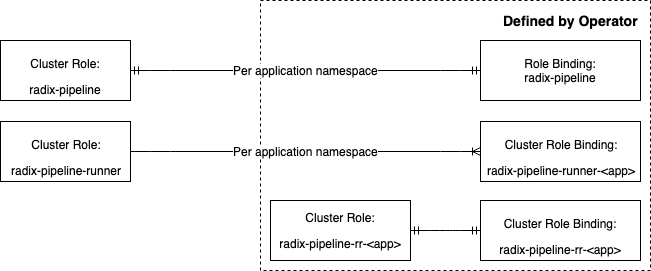
Earlier version of the draw.io export docs/diagrams/radix_pipeline.png (equinor/radix-operator). Source tidied: cells renumbered, new cells last; positions are measured from the earlier drawing's top-left corner, leaving out a move shared by most shapes.
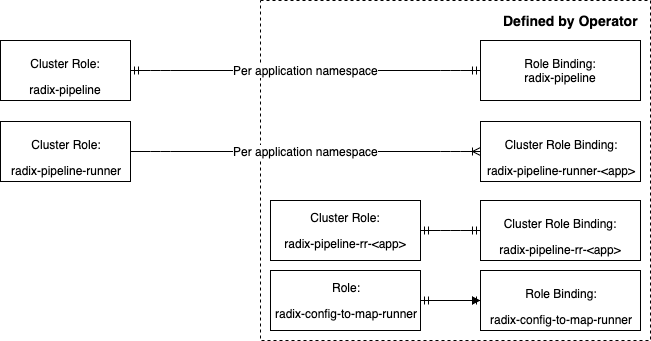
After the change.

The edit, as a diff of the source:
```diff
@@ -3,7 +3,7 @@
     <mxCell id="0" />
     <mxCell id="1" parent="0" />
     <mxCell id="2" value="&lt;div style=&quot;text-align: right&quot;&gt;&lt;br&gt;&lt;/div&gt;" style="rounded=0;whiteSpace=wrap;html=1;dashed=1;" parent="1" vertex="1">
-      <mxGeometry x="260" width="390" height="270" as="geometry" />
+      <mxGeometry x="260" width="390" height="340" as="geometry" />
     </mxCell>
     <mxCell id="3" value="&lt;p&gt;&lt;span&gt;Cluster Role:&lt;/span&gt;&lt;/p&gt;&lt;div&gt;radix-pipeline&lt;/div&gt;" style="rounded=0;whiteSpace=wrap;html=1;" parent="1" vertex="1">
       <mxGeometry y="40" width="130" height="60" as="geometry" />
@@ -27,15 +27,29 @@
       <mxGeometry relative="1" as="geometry" />
     </mxCell>
     <mxCell id="10" value="&lt;p&gt;&lt;span&gt;Cluster Role:&lt;/span&gt;&lt;/p&gt;&lt;p&gt;&lt;/p&gt;&lt;p&gt;&lt;span&gt;radix-pipeline-rr-&lt;/span&gt;&amp;lt;app&amp;gt;&lt;/p&gt;" style="rounded=0;whiteSpace=wrap;html=1;" parent="1" vertex="1">
-      <mxGeometry x="270" y="200" width="140" height="60" as="geometry" />
+      <mxGeometry x="270" y="200" width="150" height="60" as="geometry" />
     </mxCell>
     <mxCell id="11" value="&lt;p&gt;&lt;span&gt;Cluster Role Binding:&lt;/span&gt;&lt;/p&gt;&lt;p&gt;&lt;/p&gt;&lt;div&gt;radix-pipeline-rr-&lt;span&gt;&amp;lt;&lt;/span&gt;&lt;span&gt;app&lt;/span&gt;&lt;span&gt;&amp;gt;&lt;/span&gt;&lt;/div&gt;" style="rounded=0;whiteSpace=wrap;html=1;" parent="1" vertex="1">
       <mxGeometry x="480" y="200" width="160" height="60" as="geometry" />
     </mxCell>
-    <mxCell id="12" style="edgeStyle=entityRelationEdgeStyle;fontSize=12;html=1;endArrow=ERmandOne;startArrow=ERmandOne;exitX=1;exitY=0.5;exitDx=0;exitDy=0;entryX=0;entryY=0.5;entryDx=0;entryDy=0;" parent="1" edge="1" target="11">
+    <mxCell id="12" style="edgeStyle=entityRelationEdgeStyle;fontSize=12;html=1;endArrow=ERmandOne;startArrow=ERmandOne;entryX=0;entryY=0.5;entryDx=0;entryDy=0;" parent="1" edge="1" target="11">
       <mxGeometry relative="1" as="geometry">
-        <mxPoint x="410" y="230" as="sourcePoint" />
+        <mxPoint x="420" y="230" as="sourcePoint" />
       </mxGeometry>
     </mxCell>
+    <mxCell id="13" style="edgeStyle=orthogonalEdgeStyle;rounded=0;jettySize=auto;html=1;" parent="1" edge="1" source="14" target="15">
+      <mxGeometry relative="1" as="geometry" />
+    </mxCell>
+    <mxCell id="14" value="&lt;p&gt;&lt;span&gt;Role:&lt;/span&gt;&lt;/p&gt;&lt;p&gt;&lt;/p&gt;&lt;p&gt;radix-config-to-map-runner&lt;br&gt;&lt;/p&gt;" style="rounded=0;whiteSpace=wrap;html=1;" parent="1" vertex="1">
+      <mxGeometry x="270" y="270" width="150" height="60" as="geometry" />
+    </mxCell>
+    <mxCell id="15" value="&lt;p&gt;&lt;span&gt;Role Binding:&lt;/span&gt;&lt;/p&gt;&lt;p&gt;&lt;/p&gt;&lt;div&gt;radix-config-to-map-runner&lt;br&gt;&lt;/div&gt;" style="rounded=0;whiteSpace=wrap;html=1;" parent="1" vertex="1">
+      <mxGeometry x="480" y="270" width="160" height="60" as="geometry" />
+    </mxCell>
+    <mxCell id="16" style="edgeStyle=entityRelationEdgeStyle;fontSize=12;html=1;endArrow=ERmandOne;startArrow=ERmandOne;entryX=0;entryY=0.5;entryDx=0;entryDy=0;" parent="1" edge="1" target="15">
+      <mxGeometry relative="1" as="geometry">
+        <mxPoint x="420" y="300" as="sourcePoint" />
+      </mxGeometry>
+    </mxCell>
   </root>
 </mxGraphModel>
```
